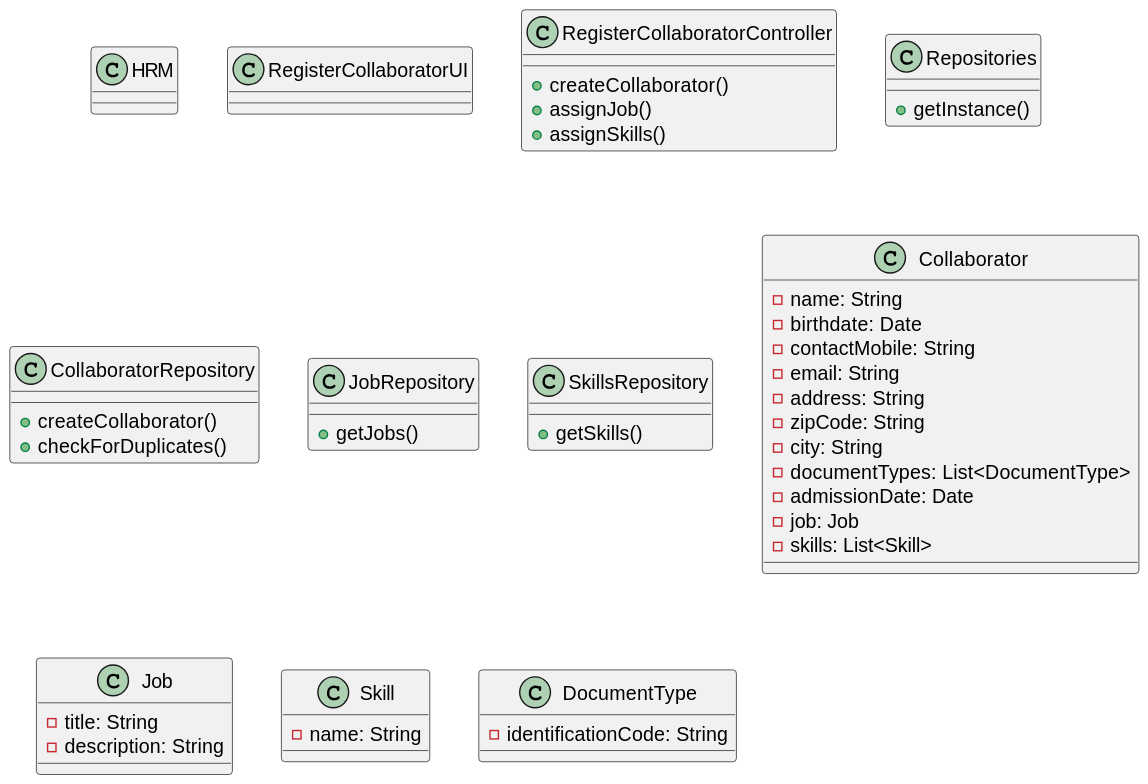
ricardomm7/leaflink keeps this PlantUML diagram as docs/sprintB/us003/03.design/svg/us003-class-diagram.svg. Above is the earlier version.
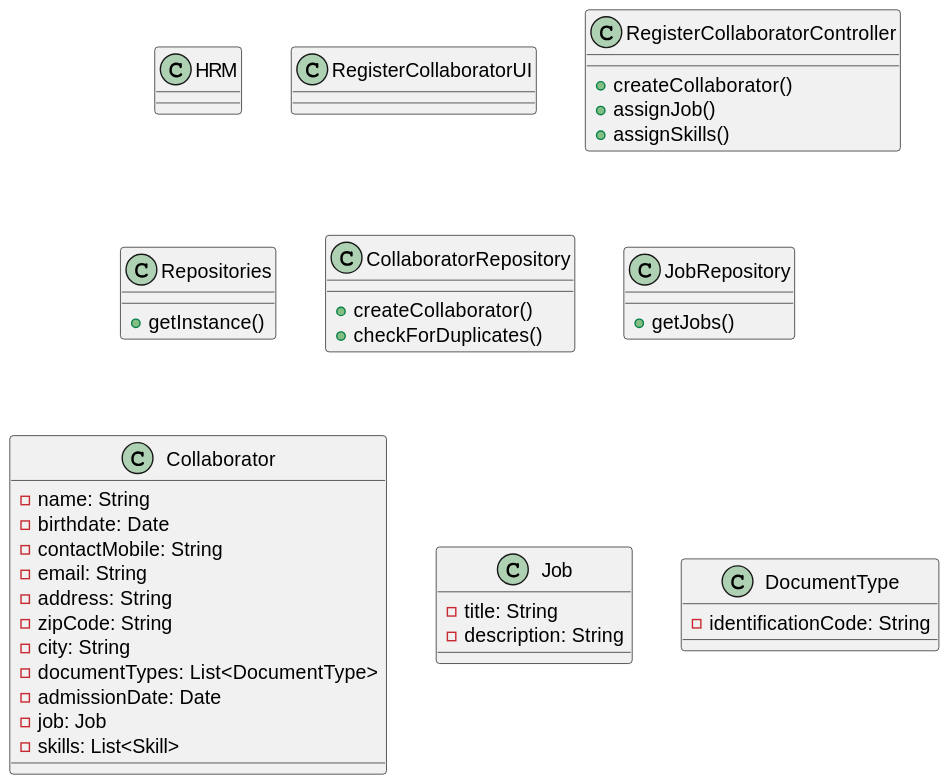
After the change.

What changed in the source:
```diff
@@ -28,10 +28,6 @@
     + getJobs()
 }
 
-class SkillsRepository {
-    + getSkills()
-}
-
 class Collaborator {
     - name: String
     - birthdate: Date
@@ -51,10 +47,6 @@
     - description: String
 }
 
-class Skill {
-    - name: String
-}
-
 class DocumentType {
     - identificationCode: String
 }
```
